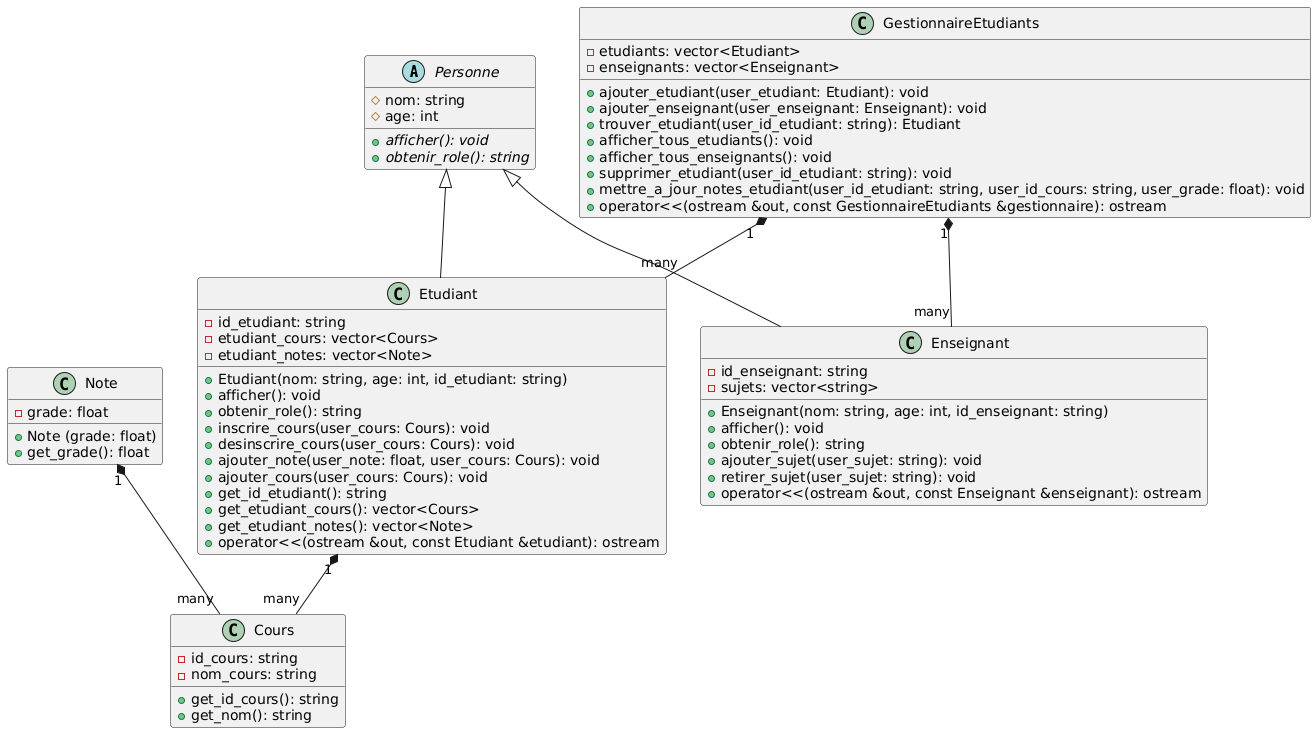
Ramiu88/student-manager keeps this PlantUML diagram as UML/UML.png. Above is the earlier version. Its diagram source:
```plantuml
@startuml
abstract class Personne {
  # nom: string
  # age: int
  + {abstract} afficher(): void
  + {abstract} obtenir_role(): string
}

class Cours {
  - id_cours: string
  - nom_cours: string
  + get_id_cours(): string
  + get_nom(): string
}

class Note {
  - grade: float
  + Note (grade: float)
  + get_grade(): float
}

class Etudiant {
  - id_etudiant: string
  - etudiant_cours: vector<Cours>
  - etudiant_notes: vector<Note>
  + Etudiant(nom: string, age: int, id_etudiant: string)
  + afficher(): void
  + obtenir_role(): string
  + inscrire_cours(user_cours: Cours): void
  + desinscrire_cours(user_cours: Cours): void
  + ajouter_note(user_note: float, user_cours: Cours): void
  + ajouter_cours(user_cours: Cours): void
  + get_id_etudiant(): string
  + get_etudiant_cours(): vector<Cours>
  + get_etudiant_notes(): vector<Note>
  + operator<<(ostream &out, const Etudiant &etudiant): ostream
}

class Enseignant {
  - id_enseignant: string
  - sujets: vector<string>
  + Enseignant(nom: string, age: int, id_enseignant: string)
  + afficher(): void
  + obtenir_role(): string
  + ajouter_sujet(user_sujet: string): void
  + retirer_sujet(user_sujet: string): void
  + operator<<(ostream &out, const Enseignant &enseignant): ostream
}

class GestionnaireEtudiants {
  - etudiants: vector<Etudiant>
  - enseignants: vector<Enseignant>
  + ajouter_etudiant(user_etudiant: Etudiant): void
  + ajouter_enseignant(user_enseignant: Enseignant): void
  + trouver_etudiant(user_id_etudiant: string): Etudiant
  + afficher_tous_etudiants(): void
  + afficher_tous_enseignants(): void
  + supprimer_etudiant(user_id_etudiant: string): void
  + mettre_a_jour_notes_etudiant(user_id_etudiant: string, user_id_cours: string, user_grade: float): void
  + operator<<(ostream &out, const GestionnaireEtudiants &gestionnaire): ostream
}

Personne <|-- Etudiant
Personne <|-- Enseignant
GestionnaireEtudiants "1" *-- "many" Etudiant
GestionnaireEtudiants "1" *-- "many" Enseignant
Etudiant "1" *-- "many" Cours
Note "1" *-- "many" Cours
@enduml
```
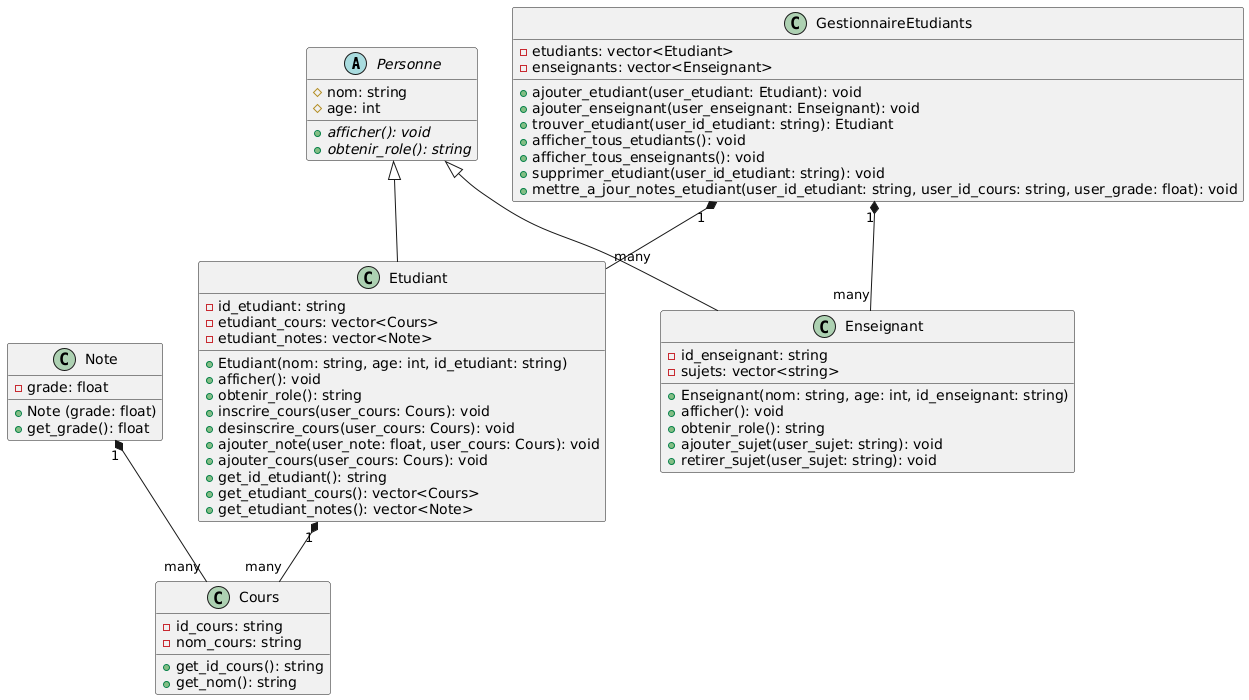
After the change.

Change to the diagram source:
```diff
@@ -33,7 +33,6 @@
   + get_id_etudiant(): string
   + get_etudiant_cours(): vector<Cours>
   + get_etudiant_notes(): vector<Note>
-  + operator<<(ostream &out, const Etudiant &etudiant): ostream
 }
 
 class Enseignant {
@@ -44,7 +43,6 @@
   + obtenir_role(): string
   + ajouter_sujet(user_sujet: string): void
   + retirer_sujet(user_sujet: string): void
-  + operator<<(ostream &out, const Enseignant &enseignant): ostream
 }
 
 class GestionnaireEtudiants {
@@ -57,7 +55,6 @@
   + afficher_tous_enseignants(): void
   + supprimer_etudiant(user_id_etudiant: string): void
   + mettre_a_jour_notes_etudiant(user_id_etudiant: string, user_id_cours: string, user_grade: float): void
-  + operator<<(ostream &out, const GestionnaireEtudiants &gestionnaire): ostream
 }
 
 Personne <|-- Etudiant
```
